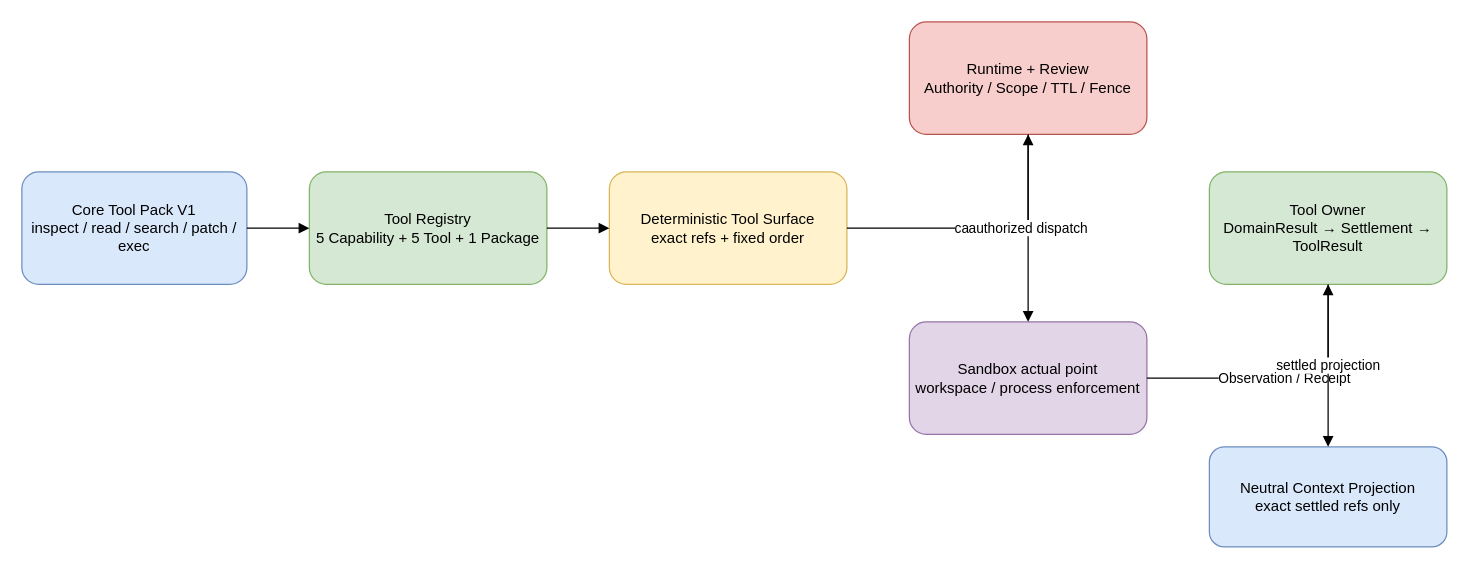
This is .properties.rax/design/tool-engine/core-tool-pack-v1.drawio from Proview-China/rax, a draw.io file, before an edit. Source tidied: cells renumbered, new cells numbered last; positions are measured from the earlier drawing's top-left corner, leaving out a move shared by most shapes. Both pictures are drawn from the tidied source at 125%, with x=0, y=0 at pixel (21, 21).
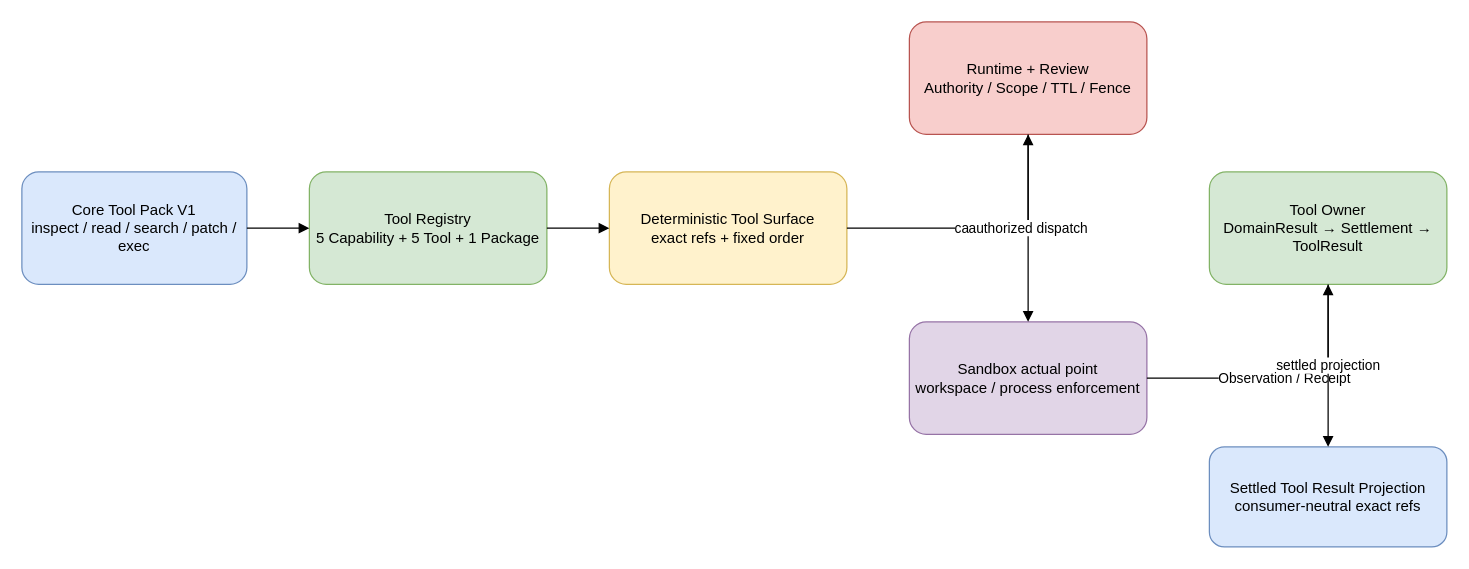
The same page after the edit.

Commit message (it also covers changes not shown here):
docs(tool-mcp): align core pack owner boundaries

What changed in the source:
```diff
@@
 <mxGraphModel>
   <root>
     <mxCell id="0" />
     <mxCell id="1" parent="0" />
     <mxCell id="2" value="Core Tool Pack V1&#10;inspect / read / search / patch / exec" style="rounded=1;whiteSpace=wrap;html=1;fillColor=#dae8fc;strokeColor=#6c8ebf;" parent="1" vertex="1">
       <mxGeometry y="120" width="180" height="90" as="geometry" />
     </mxCell>
     <mxCell id="3" value="Tool Registry&#10;5 Capability + 5 Tool + 1 Package" style="rounded=1;whiteSpace=wrap;html=1;fillColor=#d5e8d4;strokeColor=#82b366;" parent="1" vertex="1">
       <mxGeometry x="230" y="120" width="190" height="90" as="geometry" />
     </mxCell>
     <mxCell id="4" value="Deterministic Tool Surface&#10;exact refs + fixed order" style="rounded=1;whiteSpace=wrap;html=1;fillColor=#fff2cc;strokeColor=#d6b656;" parent="1" vertex="1">
       <mxGeometry x="470" y="120" width="190" height="90" as="geometry" />
     </mxCell>
     <mxCell id="5" value="Runtime + Review&#10;Authority / Scope / TTL / Fence" style="rounded=1;whiteSpace=wrap;html=1;fillColor=#f8cecc;strokeColor=#b85450;" parent="1" vertex="1">
       <mxGeometry x="710" width="190" height="90" as="geometry" />
     </mxCell>
     <mxCell id="6" value="Sandbox actual point&#10;workspace / process enforcement" style="rounded=1;whiteSpace=wrap;html=1;fillColor=#e1d5e7;strokeColor=#9673a6;" parent="1" vertex="1">
       <mxGeometry x="710" y="240" width="190" height="90" as="geometry" />
     </mxCell>
     <mxCell id="7" value="Tool Owner&#10;DomainResult → Settlement → ToolResult" style="rounded=1;whiteSpace=wrap;html=1;fillColor=#d5e8d4;strokeColor=#82b366;" parent="1" vertex="1">
       <mxGeometry x="950" y="120" width="190" height="90" as="geometry" />
     </mxCell>
-    <mxCell id="8" value="Neutral Context Projection&#10;exact settled refs only" style="rounded=1;whiteSpace=wrap;html=1;fillColor=#dae8fc;strokeColor=#6c8ebf;" parent="1" vertex="1">
+    <mxCell id="8" value="Settled Tool Result Projection&#10;consumer-neutral exact refs" style="rounded=1;whiteSpace=wrap;html=1;fillColor=#dae8fc;strokeColor=#6c8ebf;" parent="1" vertex="1">
       <mxGeometry x="950" y="340" width="190" height="80" as="geometry" />
     </mxCell>
     <mxCell id="9" style="edgeStyle=orthogonalEdgeStyle;rounded=0;jettySize=auto;html=1;endArrow=block;" parent="1" edge="1" source="2" target="3">
       <mxGeometry relative="1" as="geometry" />
     </mxCell>
     <mxCell id="10" style="edgeStyle=orthogonalEdgeStyle;rounded=0;jettySize=auto;html=1;endArrow=block;" parent="1" edge="1" source="3" target="4">
       <mxGeometry relative="1" as="geometry" />
     </mxCell>
     <mxCell id="11" value="candidate" style="edgeStyle=orthogonalEdgeStyle;rounded=0;jettySize=auto;html=1;endArrow=block;" parent="1" edge="1" source="4" target="5">
       <mxGeometry relative="1" as="geometry" />
     </mxCell>
     <mxCell id="12" value="authorized dispatch" style="edgeStyle=orthogonalEdgeStyle;rounded=0;jettySize=auto;html=1;endArrow=block;" parent="1" edge="1" source="5" target="6">
       <mxGeometry relative="1" as="geometry" />
     </mxCell>
     <mxCell id="13" value="Observation / Receipt" style="edgeStyle=orthogonalEdgeStyle;rounded=0;jettySize=auto;html=1;endArrow=block;" parent="1" edge="1" source="6" target="7">
       <mxGeometry relative="1" as="geometry" />
     </mxCell>
     <mxCell id="14" value="settled projection" style="edgeStyle=orthogonalEdgeStyle;rounded=0;jettySize=auto;html=1;endArrow=block;" parent="1" edge="1" source="7" target="8">
       <mxGeometry relative="1" as="geometry" />
     </mxCell>
   </root>
 </mxGraphModel>
```
